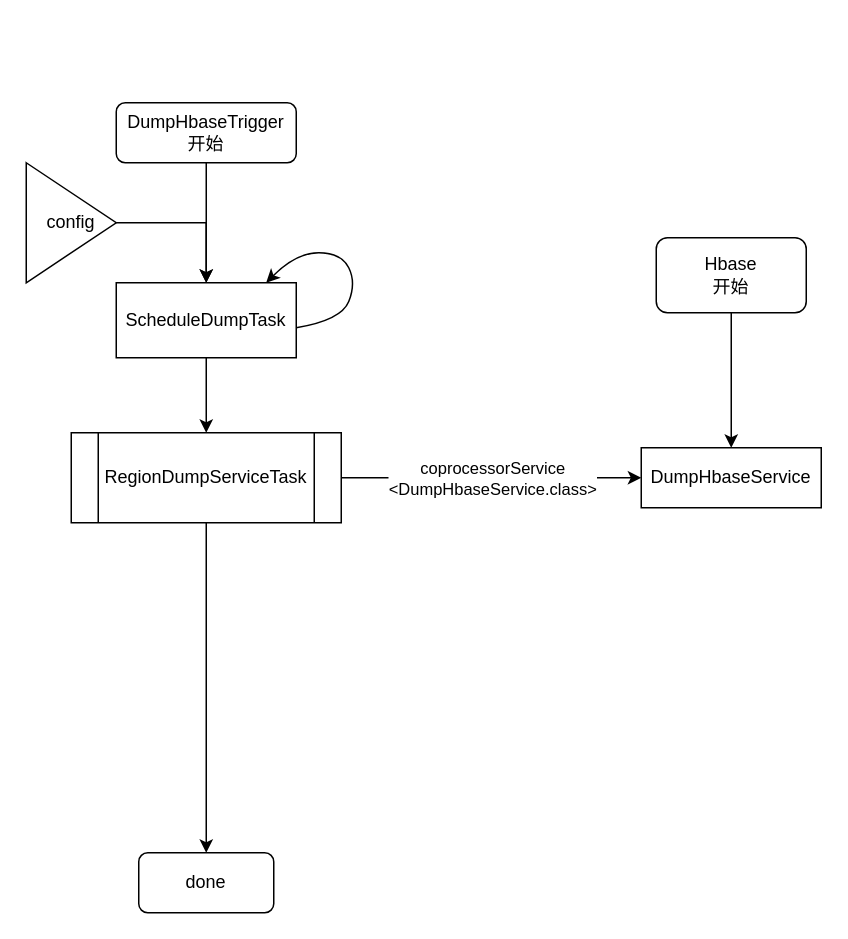
Earlier version of the draw.io diagram 未命名绘图.drawio (xiongEd/TheFirstModule). Source tidied: cells renumbered, new cells numbered last; positions are measured from the earlier drawing's top-left corner, leaving out a move shared by most shapes. Both pictures are drawn from the tidied source at 150%, with x=0, y=0 at pixel (26, 102).
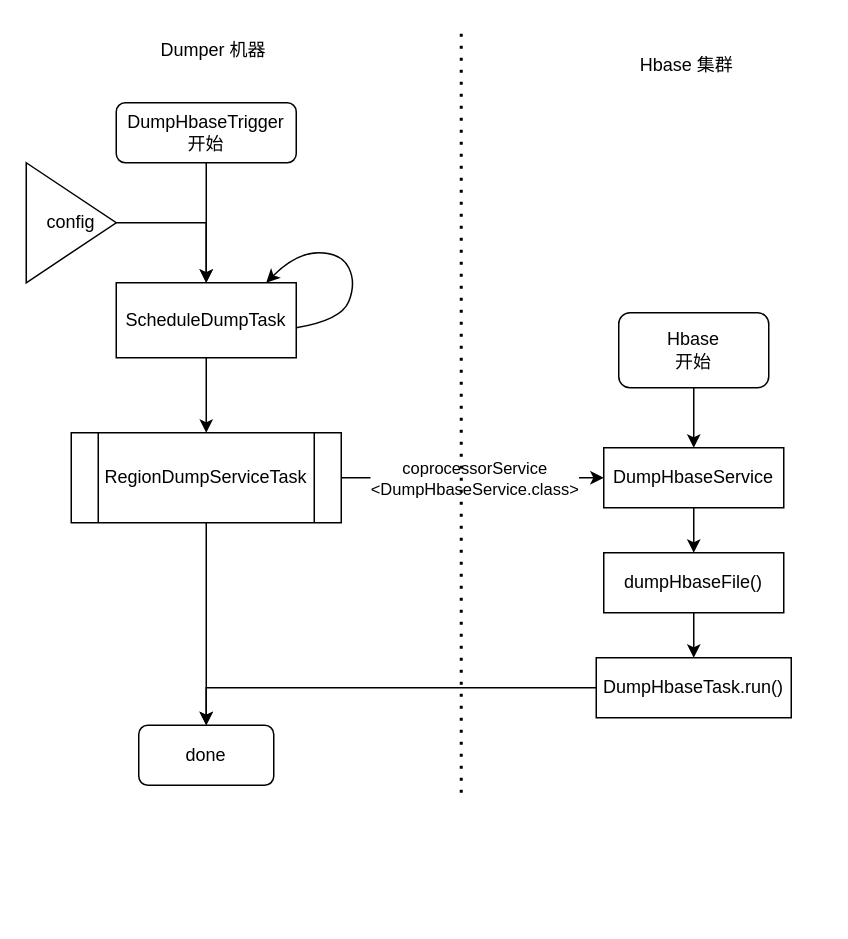
After the change.

Diff of the diagram source:
```diff
@@
     <mxCell id="11" value="done" style="rounded=1;whiteSpace=wrap;html=1;" parent="1" vertex="1">
-      <mxGeometry x="75" y="500" width="90" height="40" as="geometry" />
+      <mxGeometry x="75" y="415" width="90" height="40" as="geometry" />
     </mxCell>
@@
     <mxCell id="13" value="Hbase&lt;br&gt;开始" style="rounded=1;whiteSpace=wrap;html=1;" parent="1" vertex="1">
-      <mxGeometry x="420" y="90" width="100" height="50" as="geometry" />
+      <mxGeometry x="395" y="140" width="100" height="50" as="geometry" />
     </mxCell>
+    <mxCell id="17" style="edgeStyle=orthogonalEdgeStyle;rounded=0;jettySize=auto;html=1;" parent="1" edge="1" source="14" target="19">
+      <mxGeometry relative="1" as="geometry" />
+    </mxCell>
     <mxCell id="14" value="DumpHbaseService" style="rounded=0;whiteSpace=wrap;html=1;" parent="1" vertex="1">
-      <mxGeometry x="410" y="230" width="120" height="40" as="geometry" />
+      <mxGeometry x="385" y="230" width="120" height="40" as="geometry" />
     </mxCell>
@@
+    <mxCell id="18" style="edgeStyle=orthogonalEdgeStyle;rounded=0;jettySize=auto;html=1;" parent="1" edge="1" source="19" target="21">
+      <mxGeometry relative="1" as="geometry" />
+    </mxCell>
+    <mxCell id="19" value="dumpHbaseFile()" style="whiteSpace=wrap;html=1;rounded=0;" parent="1" vertex="1">
+      <mxGeometry x="385" y="300" width="120" height="40" as="geometry" />
+    </mxCell>
+    <mxCell id="20" style="edgeStyle=orthogonalEdgeStyle;rounded=0;jettySize=auto;html=1;exitX=0;exitY=0.5;exitDx=0;exitDy=0;entryX=0.5;entryY=0;entryDx=0;entryDy=0;" parent="1" edge="1" source="21" target="11">
+      <mxGeometry relative="1" as="geometry" />
+    </mxCell>
+    <mxCell id="21" value="DumpHbaseTask.run()" style="whiteSpace=wrap;html=1;rounded=0;" parent="1" vertex="1">
+      <mxGeometry x="380" y="370" width="130" height="40" as="geometry" />
+    </mxCell>
+    <mxCell id="22" style="endArrow=none;dashed=1;html=1;dashPattern=1 3;strokeWidth=2;rounded=0;" parent="1" edge="1">
+      <mxGeometry relative="1" as="geometry">
+        <mxPoint x="290" y="460" as="sourcePoint" />
+        <mxPoint x="290" y="-50" as="targetPoint" />
+      </mxGeometry>
+    </mxCell>
+    <mxCell id="23" value="Dumper 机器" style="text;html=1;strokeColor=none;fillColor=none;align=center;verticalAlign=middle;whiteSpace=wrap;rounded=0;" parent="1" vertex="1">
+      <mxGeometry x="80" y="-50" width="90" height="30" as="geometry" />
+    </mxCell>
+    <mxCell id="24" value="Hbase 集群" style="text;html=1;align=center;verticalAlign=middle;strokeColor=none;fillColor=none;" parent="1" vertex="1">
+      <mxGeometry x="395" y="-40" width="90" height="30" as="geometry" />
+    </mxCell>
```
